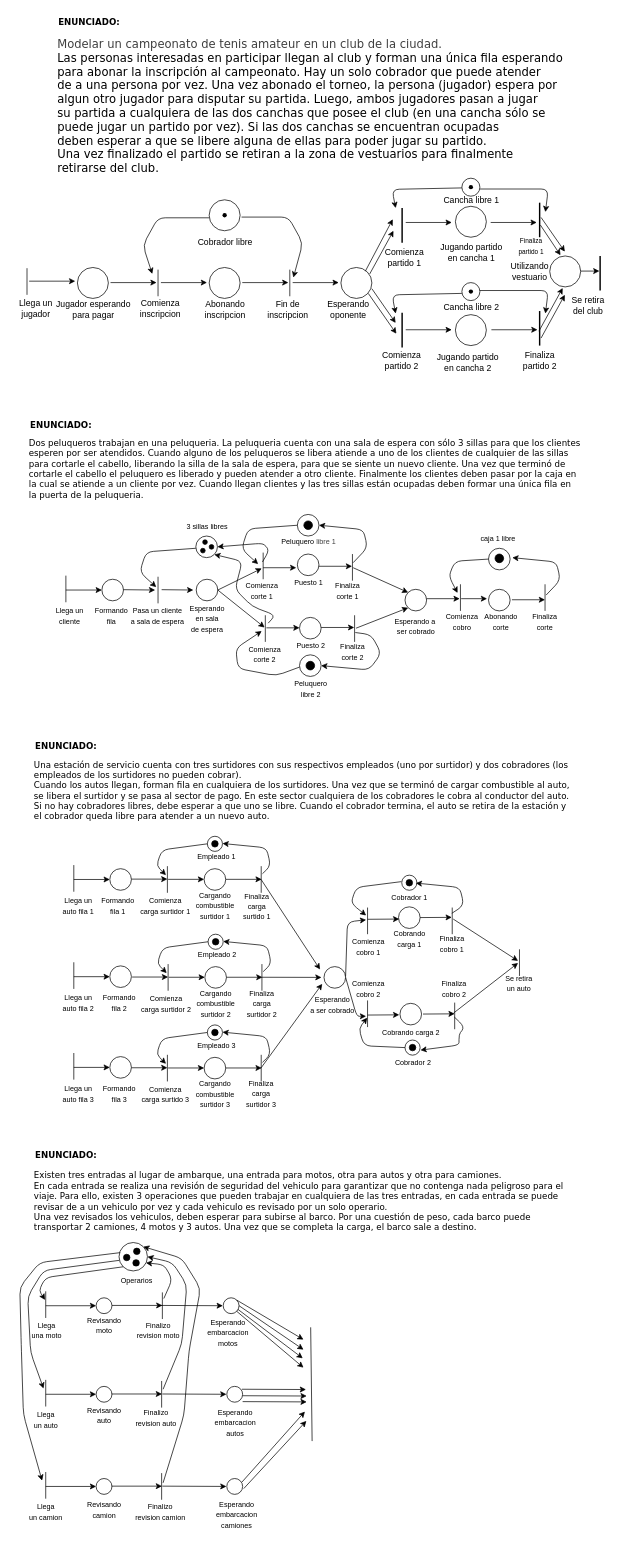
Earlier version of the draw.io diagram practicas/respuestas_tp5.drawio (dazayamil/ingenieria-software-1-unlp). Source tidied: cells renumbered, new cells numbered last; positions are measured from the earlier drawing's top-left corner, leaving out a move shared by most shapes. Both pictures are drawn from the tidied source at 72%, with x=0, y=0 at pixel (12, 12).
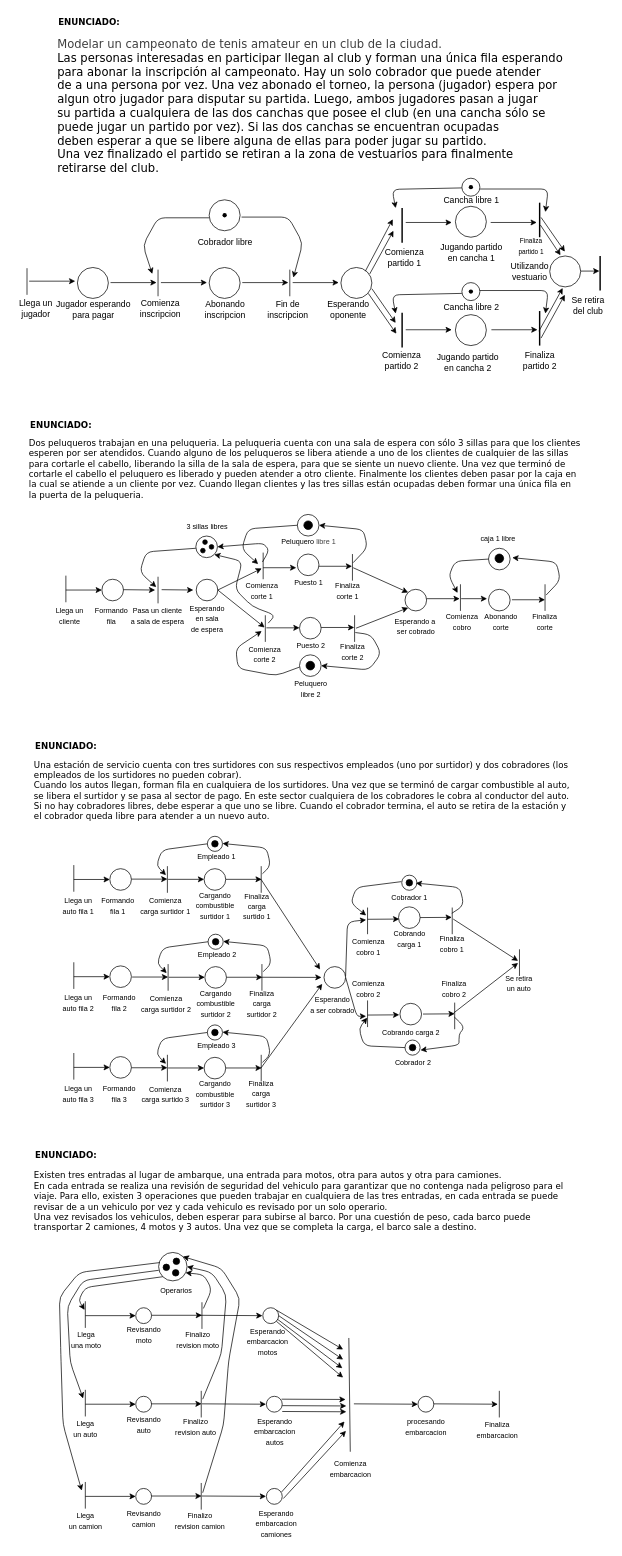
The same page after the edit.

Commit message:
Redes de Petri: ejercicio transporte de vehiculos - v2 completed

Change to the diagram source:
```diff
@@
     <mxCell id="230" style="endArrow=none;html=1;" parent="1" edge="1">
       <mxGeometry relative="1" as="geometry">
-        <mxPoint x="46" y="1813" as="sourcePoint" />
-        <mxPoint x="46" y="1776" as="targetPoint" />
+        <mxPoint x="101" y="1826.8" as="sourcePoint" />
+        <mxPoint x="101" y="1789.8" as="targetPoint" />
       </mxGeometry>
     </mxCell>
     <mxCell id="231" style="ellipse;whiteSpace=wrap;html=1;" parent="1" vertex="1">
-      <mxGeometry x="116" y="1785" width="22" height="22" as="geometry" />
+      <mxGeometry x="171" y="1798.8" width="22" height="22" as="geometry" />
     </mxCell>
     <mxCell id="232" style="endArrow=classic;html=1;entryX=0;entryY=0.5;entryDx=0;entryDy=0;" parent="1" edge="1" target="231">
       <mxGeometry relative="1" as="geometry">
-        <mxPoint x="46" y="1796" as="sourcePoint" />
+        <mxPoint x="101" y="1809.8" as="sourcePoint" />
       </mxGeometry>
     </mxCell>
     <mxCell id="233" value="&lt;span style=&quot;font-size: 10px;&quot;&gt;Llega&lt;/span&gt;&lt;div&gt;&lt;span style=&quot;font-size: 10px;&quot;&gt;una moto&lt;/span&gt;&lt;/div&gt;" style="text;html=1;align=center;verticalAlign=middle;strokeColor=none;fillColor=none;" parent="1" vertex="1">
-      <mxGeometry x="17" y="1809" width="60" height="41" as="geometry" />
+      <mxGeometry x="72" y="1822.8" width="60" height="41" as="geometry" />
     </mxCell>
     <mxCell id="234" value="&lt;span style=&quot;font-size: 10px;&quot;&gt;Llega&lt;/span&gt;&lt;div&gt;&lt;span style=&quot;font-size: 10px;&quot;&gt;un auto&lt;/span&gt;&lt;/div&gt;" style="text;html=1;align=center;verticalAlign=middle;strokeColor=none;fillColor=none;" parent="1" vertex="1">
-      <mxGeometry x="20" y="1933" width="51" height="41" as="geometry" />
+      <mxGeometry x="75" y="1946.8" width="51" height="41" as="geometry" />
     </mxCell>
     <mxCell id="235" value="&lt;span style=&quot;font-size: 10px;&quot;&gt;Llega&lt;/span&gt;&lt;div&gt;&lt;span style=&quot;font-size: 10px;&quot;&gt;un camion&lt;/span&gt;&lt;/div&gt;" style="text;html=1;align=center;verticalAlign=middle;strokeColor=none;fillColor=none;" parent="1" vertex="1">
-      <mxGeometry x="13.5" y="2061" width="64" height="41" as="geometry" />
+      <mxGeometry x="68.5" y="2074.8" width="64" height="41" as="geometry" />
     </mxCell>
     <mxCell id="236" style="endArrow=none;html=1;" parent="1" edge="1">
       <mxGeometry relative="1" as="geometry">
-        <mxPoint x="46" y="1936" as="sourcePoint" />
-        <mxPoint x="46" y="1899" as="targetPoint" />
+        <mxPoint x="101" y="1949.8" as="sourcePoint" />
+        <mxPoint x="101" y="1912.8" as="targetPoint" />
       </mxGeometry>
     </mxCell>
     <mxCell id="237" style="ellipse;whiteSpace=wrap;html=1;" parent="1" vertex="1">
-      <mxGeometry x="116" y="1908" width="22" height="22" as="geometry" />
+      <mxGeometry x="171" y="1921.8" width="22" height="22" as="geometry" />
     </mxCell>
     <mxCell id="238" style="endArrow=classic;html=1;entryX=0;entryY=0.5;entryDx=0;entryDy=0;" parent="1" edge="1" target="237">
       <mxGeometry relative="1" as="geometry">
-        <mxPoint x="46" y="1919" as="sourcePoint" />
+        <mxPoint x="101" y="1932.8" as="sourcePoint" />
       </mxGeometry>
     </mxCell>
     <mxCell id="239" style="endArrow=none;html=1;" parent="1" edge="1">
       <mxGeometry relative="1" as="geometry">
-        <mxPoint x="46" y="2064" as="sourcePoint" />
-        <mxPoint x="46" y="2027" as="targetPoint" />
+        <mxPoint x="101" y="2077.8" as="sourcePoint" />
+        <mxPoint x="101" y="2040.8" as="targetPoint" />
       </mxGeometry>
     </mxCell>
     <mxCell id="240" style="ellipse;whiteSpace=wrap;html=1;" parent="1" vertex="1">
-      <mxGeometry x="116" y="2036" width="22" height="22" as="geometry" />
+      <mxGeometry x="171" y="2049.8" width="22" height="22" as="geometry" />
     </mxCell>
     <mxCell id="241" style="endArrow=classic;html=1;entryX=0;entryY=0.5;entryDx=0;entryDy=0;" parent="1" edge="1" target="240">
       <mxGeometry relative="1" as="geometry">
-        <mxPoint x="46" y="2047" as="sourcePoint" />
+        <mxPoint x="101" y="2060.8" as="sourcePoint" />
       </mxGeometry>
     </mxCell>
     <mxCell id="242" value="&lt;span style=&quot;font-size: 10px;&quot;&gt;Revisando&lt;/span&gt;&lt;div&gt;&lt;span style=&quot;font-size: 10px;&quot;&gt;camion&lt;/span&gt;&lt;/div&gt;" style="text;html=1;align=center;verticalAlign=middle;strokeColor=none;fillColor=none;" parent="1" vertex="1">
-      <mxGeometry x="94.5" y="2058" width="65" height="41" as="geometry" />
+      <mxGeometry x="149.5" y="2071.8" width="65" height="41" as="geometry" />
     </mxCell>
     <mxCell id="243" value="&lt;span style=&quot;font-size: 10px;&quot;&gt;Revisando&lt;/span&gt;&lt;div&gt;&lt;span style=&quot;font-size: 10px;&quot;&gt;auto&lt;/span&gt;&lt;/div&gt;" style="text;html=1;align=center;verticalAlign=middle;strokeColor=none;fillColor=none;" parent="1" vertex="1">
-      <mxGeometry x="94" y="1927" width="65" height="41" as="geometry" />
+      <mxGeometry x="149" y="1940.8" width="65" height="41" as="geometry" />
     </mxCell>
     <mxCell id="244" value="&lt;span style=&quot;font-size: 10px;&quot;&gt;Revisando&lt;/span&gt;&lt;div&gt;&lt;span style=&quot;font-size: 10px;&quot;&gt;moto&lt;/span&gt;&lt;/div&gt;" style="text;html=1;align=center;verticalAlign=middle;strokeColor=none;fillColor=none;" parent="1" vertex="1">
-      <mxGeometry x="94" y="1802" width="65" height="41" as="geometry" />
+      <mxGeometry x="149" y="1815.8" width="65" height="41" as="geometry" />
     </mxCell>
     <mxCell id="245" style="ellipse;whiteSpace=wrap;html=1;" parent="1" vertex="1">
-      <mxGeometry x="147.8" y="1708.2" width="39.5" height="39.5" as="geometry" />
+      <mxGeometry x="202.8" y="1722" width="39.5" height="39.5" as="geometry" />
     </mxCell>
     <mxCell id="246" style="ellipse;whiteSpace=wrap;html=1;fillColor=#000000;" parent="1" vertex="1">
-      <mxGeometry x="154" y="1724.5" width="9" height="9" as="geometry" />
+      <mxGeometry x="209" y="1738.2" width="9" height="9" as="geometry" />
     </mxCell>
     <mxCell id="247" style="ellipse;whiteSpace=wrap;html=1;fillColor=#000000;" parent="1" vertex="1">
-      <mxGeometry x="167" y="1732" width="9" height="9" as="geometry" />
+      <mxGeometry x="222" y="1745.8" width="9" height="9" as="geometry" />
     </mxCell>
     <mxCell id="248" style="ellipse;whiteSpace=wrap;html=1;fillColor=#000000;" parent="1" vertex="1">
-      <mxGeometry x="168" y="1716" width="9" height="9" as="geometry" />
+      <mxGeometry x="223" y="1729.8" width="9" height="9" as="geometry" />
     </mxCell>
     <mxCell id="249" style="endArrow=classic;html=1;exitX=0;exitY=1;exitDx=0;exitDy=0;" parent="1" edge="1" source="245">
       <mxGeometry relative="1" as="geometry">
-        <mxPoint x="45" y="1788" as="targetPoint" />
+        <mxPoint x="100" y="1801.8" as="targetPoint" />
         <Array as="points">
-          <mxPoint x="45" y="1757" />
-          <mxPoint x="37" y="1775" />
+          <mxPoint x="100" y="1770.8" />
+          <mxPoint x="92" y="1788.8" />
         </Array>
       </mxGeometry>
     </mxCell>
     <mxCell id="250" style="endArrow=classic;html=1;" parent="1" edge="1">
       <mxGeometry relative="1" as="geometry">
-        <mxPoint x="148" y="1733" as="sourcePoint" />
-        <mxPoint x="43" y="1911" as="targetPoint" />
+        <mxPoint x="203" y="1746.8" as="sourcePoint" />
+        <mxPoint x="98" y="1924.8" as="targetPoint" />
         <Array as="points">
-          <mxPoint x="43" y="1747" />
-          <mxPoint x="21" y="1783" />
-          <mxPoint x="25" y="1861" />
+          <mxPoint x="98" y="1760.8" />
+          <mxPoint x="76" y="1796.8" />
+          <mxPoint x="80" y="1874.8" />
         </Array>
       </mxGeometry>
     </mxCell>
     <mxCell id="251" style="endArrow=classic;html=1;exitX=0.04;exitY=0.357;exitDx=0;exitDy=0;exitPerimeter=0;" parent="1" edge="1" source="245">
       <mxGeometry relative="1" as="geometry">
-        <mxPoint x="41" y="2039" as="targetPoint" />
+        <mxPoint x="96" y="2052.8" as="targetPoint" />
         <Array as="points">
-          <mxPoint x="37.5" y="1736" />
-          <mxPoint x="10" y="1770" />
-          <mxPoint x="12" y="1850" />
-          <mxPoint x="15" y="1947" />
+          <mxPoint x="92.5" y="1749.8" />
+          <mxPoint x="65" y="1783.8" />
+          <mxPoint x="67" y="1863.8" />
+          <mxPoint x="70" y="1960.8" />
         </Array>
       </mxGeometry>
     </mxCell>
     <mxCell id="252" value="&lt;span style=&quot;font-size: 10px;&quot;&gt;Operarios&lt;/span&gt;" style="text;html=1;align=center;verticalAlign=middle;strokeColor=none;fillColor=none;" parent="1" vertex="1">
-      <mxGeometry x="140.5" y="1747.8" width="62" height="26" as="geometry" />
+      <mxGeometry x="195.5" y="1761.5" width="62" height="26" as="geometry" />
     </mxCell>
     <mxCell id="253" style="endArrow=classic;html=1;entryX=0;entryY=0.5;entryDx=0;entryDy=0;" parent="1" edge="1">
       <mxGeometry relative="1" as="geometry">
-        <mxPoint x="138" y="1795.6" as="sourcePoint" />
-        <mxPoint x="208" y="1795.6" as="targetPoint" />
+        <mxPoint x="193" y="1809.3" as="sourcePoint" />
+        <mxPoint x="263" y="1809.3" as="targetPoint" />
       </mxGeometry>
     </mxCell>
     <mxCell id="254" style="endArrow=classic;html=1;entryX=0;entryY=0.5;entryDx=0;entryDy=0;" parent="1" edge="1">
       <mxGeometry relative="1" as="geometry">
-        <mxPoint x="137.5" y="1918.6" as="sourcePoint" />
-        <mxPoint x="207.5" y="1918.6" as="targetPoint" />
+        <mxPoint x="192.5" y="1932.3" as="sourcePoint" />
+        <mxPoint x="262.5" y="1932.3" as="targetPoint" />
       </mxGeometry>
     </mxCell>
     <mxCell id="255" style="endArrow=classic;html=1;entryX=0;entryY=0.5;entryDx=0;entryDy=0;" parent="1" edge="1">
       <mxGeometry relative="1" as="geometry">
-        <mxPoint x="137.5" y="2046.6" as="sourcePoint" />
-        <mxPoint x="207.5" y="2046.6" as="targetPoint" />
+        <mxPoint x="192.5" y="2060.3" as="sourcePoint" />
+        <mxPoint x="262.5" y="2060.3" as="targetPoint" />
       </mxGeometry>
     </mxCell>
     <mxCell id="256" style="endArrow=none;html=1;" parent="1" edge="1">
       <mxGeometry relative="1" as="geometry">
-        <mxPoint x="207" y="2065.5" as="sourcePoint" />
-        <mxPoint x="207" y="2028.5" as="targetPoint" />
+        <mxPoint x="262" y="2079.2" as="sourcePoint" />
+        <mxPoint x="262" y="2042.2" as="targetPoint" />
       </mxGeometry>
     </mxCell>
     <mxCell id="257" style="endArrow=none;html=1;" parent="1" edge="1">
       <mxGeometry relative="1" as="geometry">
-        <mxPoint x="207" y="1937.5" as="sourcePoint" />
-        <mxPoint x="207" y="1900.5" as="targetPoint" />
+        <mxPoint x="262" y="1951.2" as="sourcePoint" />
+        <mxPoint x="262" y="1914.2" as="targetPoint" />
       </mxGeometry>
     </mxCell>
     <mxCell id="258" style="endArrow=none;html=1;" parent="1" edge="1">
       <mxGeometry relative="1" as="geometry">
-        <mxPoint x="208" y="1814.5" as="sourcePoint" />
-        <mxPoint x="208" y="1777.5" as="targetPoint" />
+        <mxPoint x="263" y="1828.2" as="sourcePoint" />
+        <mxPoint x="263" y="1791.2" as="targetPoint" />
       </mxGeometry>
     </mxCell>
     <mxCell id="259" value="&lt;span style=&quot;font-size: 10px;&quot;&gt;Finalizo&lt;/span&gt;&lt;div&gt;&lt;span style=&quot;font-size: 10px;&quot;&gt;revision moto&lt;/span&gt;&lt;/div&gt;" style="text;html=1;align=center;verticalAlign=middle;strokeColor=none;fillColor=none;" parent="1" vertex="1">
-      <mxGeometry x="163" y="1809" width="77" height="41" as="geometry" />
+      <mxGeometry x="218" y="1822.8" width="77" height="41" as="geometry" />
     </mxCell>
     <mxCell id="260" value="&lt;span style=&quot;font-size: 10px;&quot;&gt;Finalizo&lt;/span&gt;&lt;div&gt;&lt;span style=&quot;font-size: 10px;&quot;&gt;revision auto&lt;/span&gt;&lt;/div&gt;" style="text;html=1;align=center;verticalAlign=middle;strokeColor=none;fillColor=none;" parent="1" vertex="1">
-      <mxGeometry x="161" y="1930" width="75" height="41" as="geometry" />
+      <mxGeometry x="216" y="1943.8" width="75" height="41" as="geometry" />
     </mxCell>
     <mxCell id="261" value="&lt;span style=&quot;font-size: 10px;&quot;&gt;Finalizo&lt;/span&gt;&lt;div&gt;&lt;span style=&quot;font-size: 10px;&quot;&gt;revision camion&lt;/span&gt;&lt;/div&gt;" style="text;html=1;align=center;verticalAlign=middle;strokeColor=none;fillColor=none;" parent="1" vertex="1">
-      <mxGeometry x="161" y="2061" width="87" height="41" as="geometry" />
+      <mxGeometry x="216" y="2074.8" width="87" height="41" as="geometry" />
     </mxCell>
     <mxCell id="262" style="endArrow=classic;html=1;entryX=0.947;entryY=0.715;entryDx=0;entryDy=0;entryPerimeter=0;" parent="1" edge="1" target="245">
       <mxGeometry relative="1" as="geometry">
-        <mxPoint x="210" y="1786" as="sourcePoint" />
+        <mxPoint x="265" y="1799.8" as="sourcePoint" />
         <Array as="points">
-          <mxPoint x="222" y="1759" />
-          <mxPoint x="210" y="1739" />
+          <mxPoint x="277" y="1772.8" />
+          <mxPoint x="265" y="1752.8" />
         </Array>
       </mxGeometry>
     </mxCell>
     <mxCell id="263" style="endArrow=classic;html=1;entryX=1;entryY=0.5;entryDx=0;entryDy=0;" parent="1" edge="1" target="245">
       <mxGeometry relative="1" as="geometry">
-        <mxPoint x="209" y="1912" as="sourcePoint" />
+        <mxPoint x="264" y="1925.8" as="sourcePoint" />
         <Array as="points">
-          <mxPoint x="235" y="1849" />
-          <mxPoint x="242" y="1767" />
-          <mxPoint x="222" y="1736" />
+          <mxPoint x="290" y="1862.8" />
+          <mxPoint x="297" y="1780.8" />
+          <mxPoint x="277" y="1749.8" />
         </Array>
       </mxGeometry>
     </mxCell>
     <mxCell id="264" style="endArrow=classic;html=1;entryX=1;entryY=0;entryDx=0;entryDy=0;" parent="1" edge="1" target="245">
       <mxGeometry relative="1" as="geometry">
-        <mxPoint x="209" y="2042" as="sourcePoint" />
+        <mxPoint x="264" y="2055.8" as="sourcePoint" />
         <Array as="points">
-          <mxPoint x="238" y="1948" />
-          <mxPoint x="245" y="1859" />
-          <mxPoint x="261" y="1772" />
-          <mxPoint x="235" y="1730" />
+          <mxPoint x="293" y="1961.8" />
+          <mxPoint x="300" y="1872.8" />
+          <mxPoint x="316" y="1785.8" />
+          <mxPoint x="290" y="1743.8" />
         </Array>
       </mxGeometry>
     </mxCell>
     <mxCell id="265" style="endArrow=classic;html=1;" parent="1" edge="1">
       <mxGeometry relative="1" as="geometry">
-        <mxPoint x="203" y="1795.6" as="sourcePoint" />
-        <mxPoint x="292" y="1796" as="targetPoint" />
+        <mxPoint x="258" y="1809.3" as="sourcePoint" />
+        <mxPoint x="347" y="1809.8" as="targetPoint" />
       </mxGeometry>
     </mxCell>
     <mxCell id="266" style="endArrow=classic;html=1;" parent="1" edge="1">
       <mxGeometry relative="1" as="geometry">
-        <mxPoint x="208" y="1918.6" as="sourcePoint" />
-        <mxPoint x="297" y="1919" as="targetPoint" />
+        <mxPoint x="263" y="1932.3" as="sourcePoint" />
+        <mxPoint x="352" y="1932.8" as="targetPoint" />
       </mxGeometry>
     </mxCell>
     <mxCell id="267" style="endArrow=classic;html=1;" parent="1" edge="1">
       <mxGeometry relative="1" as="geometry">
-        <mxPoint x="208" y="2046.6" as="sourcePoint" />
-        <mxPoint x="297" y="2047" as="targetPoint" />
+        <mxPoint x="263" y="2060.3" as="sourcePoint" />
+        <mxPoint x="352" y="2060.8" as="targetPoint" />
       </mxGeometry>
     </mxCell>
     <mxCell id="268" style="ellipse;whiteSpace=wrap;html=1;" parent="1" vertex="1">
-      <mxGeometry x="297.5" y="1908" width="22" height="22" as="geometry" />
+      <mxGeometry x="352.5" y="1921.8" width="22" height="22" as="geometry" />
     </mxCell>
     <mxCell id="269" style="ellipse;whiteSpace=wrap;html=1;" parent="1" vertex="1">
-      <mxGeometry x="297.5" y="2036" width="22" height="22" as="geometry" />
+      <mxGeometry x="352.5" y="2049.8" width="22" height="22" as="geometry" />
     </mxCell>
     <mxCell id="270" style="ellipse;whiteSpace=wrap;html=1;" parent="1" vertex="1">
-      <mxGeometry x="292.5" y="1785" width="22" height="22" as="geometry" />
+      <mxGeometry x="347.5" y="1798.8" width="22" height="22" as="geometry" />
     </mxCell>
     <mxCell id="271" value="&lt;span style=&quot;font-size: 10px;&quot;&gt;Esperando&lt;/span&gt;&lt;div&gt;&lt;span style=&quot;font-size: 10px;&quot;&gt;embarcacion&lt;/span&gt;&lt;/div&gt;&lt;div&gt;&lt;span style=&quot;font-size: 10px;&quot;&gt;motos&lt;/span&gt;&lt;/div&gt;" style="text;html=1;align=center;verticalAlign=middle;strokeColor=none;fillColor=none;" parent="1" vertex="1">
-      <mxGeometry x="261" y="1805" width="75" height="55" as="geometry" />
+      <mxGeometry x="316" y="1818.8" width="75" height="55" as="geometry" />
     </mxCell>
     <mxCell id="272" value="&lt;span style=&quot;font-size: 10px;&quot;&gt;Esperando&lt;/span&gt;&lt;div&gt;&lt;span style=&quot;font-size: 10px;&quot;&gt;embarcacion&lt;/span&gt;&lt;/div&gt;&lt;div&gt;&lt;span style=&quot;font-size: 10px;&quot;&gt;autos&lt;/span&gt;&lt;/div&gt;" style="text;html=1;align=center;verticalAlign=middle;strokeColor=none;fillColor=none;" parent="1" vertex="1">
-      <mxGeometry x="271.5" y="1930" width="75" height="55" as="geometry" />
+      <mxGeometry x="326.5" y="1943.8" width="75" height="55" as="geometry" />
     </mxCell>
     <mxCell id="273" value="&lt;span style=&quot;font-size: 10px;&quot;&gt;Esperando&lt;/span&gt;&lt;div&gt;&lt;span style=&quot;font-size: 10px;&quot;&gt;embarcacion&lt;/span&gt;&lt;/div&gt;&lt;div&gt;&lt;span style=&quot;font-size: 10px;&quot;&gt;camiones&lt;/span&gt;&lt;/div&gt;" style="text;html=1;align=center;verticalAlign=middle;strokeColor=none;fillColor=none;" parent="1" vertex="1">
-      <mxGeometry x="273" y="2058" width="75" height="55" as="geometry" />
+      <mxGeometry x="328" y="2071.8" width="75" height="55" as="geometry" />
     </mxCell>
     <mxCell id="274" style="endArrow=classic;html=1;" parent="1" edge="1">
       <mxGeometry relative="1" as="geometry">
-        <mxPoint x="318.5" y="2041" as="sourcePoint" />
-        <mxPoint x="406" y="1943" as="targetPoint" />
+        <mxPoint x="373.5" y="2054.8" as="sourcePoint" />
+        <mxPoint x="461" y="1956.8" as="targetPoint" />
       </mxGeometry>
     </mxCell>
     <mxCell id="275" style="endArrow=classic;html=1;" parent="1" edge="1">
       <mxGeometry relative="1" as="geometry">
-        <mxPoint x="321" y="2050" as="sourcePoint" />
-        <mxPoint x="408" y="1956" as="targetPoint" />
+        <mxPoint x="376" y="2063.8" as="sourcePoint" />
+        <mxPoint x="463" y="1969.8" as="targetPoint" />
       </mxGeometry>
     </mxCell>
     <mxCell id="276" style="endArrow=classic;html=1;" parent="1" edge="1">
       <mxGeometry relative="1" as="geometry">
-        <mxPoint x="318.5" y="1912" as="sourcePoint" />
-        <mxPoint x="407.5" y="1912.4" as="targetPoint" />
+        <mxPoint x="373.5" y="1925.8" as="sourcePoint" />
+        <mxPoint x="462.5" y="1926.2" as="targetPoint" />
       </mxGeometry>
     </mxCell>
     <mxCell id="277" style="endArrow=classic;html=1;" parent="1" edge="1">
       <mxGeometry relative="1" as="geometry">
-        <mxPoint x="319.5" y="1921" as="sourcePoint" />
-        <mxPoint x="408.5" y="1921.4" as="targetPoint" />
+        <mxPoint x="374.5" y="1934.8" as="sourcePoint" />
+        <mxPoint x="463.5" y="1935.2" as="targetPoint" />
       </mxGeometry>
     </mxCell>
     <mxCell id="278" style="endArrow=classic;html=1;" parent="1" edge="1">
       <mxGeometry relative="1" as="geometry">
-        <mxPoint x="319.5" y="1929.2" as="sourcePoint" />
-        <mxPoint x="408.5" y="1929.6" as="targetPoint" />
+        <mxPoint x="374.5" y="1942.9" as="sourcePoint" />
+        <mxPoint x="463.5" y="1943.3" as="targetPoint" />
       </mxGeometry>
     </mxCell>
     <mxCell id="279" style="endArrow=classic;html=1;exitX=1;exitY=0;exitDx=0;exitDy=0;" parent="1" edge="1" source="270">
       <mxGeometry relative="1" as="geometry">
-        <mxPoint x="404" y="1843" as="targetPoint" />
+        <mxPoint x="459" y="1856.8" as="targetPoint" />
       </mxGeometry>
     </mxCell>
     <mxCell id="280" style="endArrow=classic;html=1;exitX=1;exitY=0.5;exitDx=0;exitDy=0;" parent="1" edge="1" source="270">
       <mxGeometry relative="1" as="geometry">
-        <mxPoint x="404" y="1857" as="targetPoint" />
+        <mxPoint x="459" y="1870.8" as="targetPoint" />
       </mxGeometry>
     </mxCell>
     <mxCell id="281" style="endArrow=classic;html=1;exitX=0.923;exitY=0.725;exitDx=0;exitDy=0;exitPerimeter=0;" parent="1" edge="1" source="270">
       <mxGeometry relative="1" as="geometry">
-        <mxPoint x="403" y="1869" as="targetPoint" />
+        <mxPoint x="458" y="1882.8" as="targetPoint" />
       </mxGeometry>
     </mxCell>
     <mxCell id="282" style="endArrow=classic;html=1;exitX=1;exitY=1;exitDx=0;exitDy=0;" parent="1" edge="1" source="270">
       <mxGeometry relative="1" as="geometry">
-        <mxPoint x="404" y="1882" as="targetPoint" />
+        <mxPoint x="459" y="1895.8" as="targetPoint" />
       </mxGeometry>
     </mxCell>
     <mxCell id="283" style="endArrow=none;html=1;" parent="1" edge="1">
       <mxGeometry relative="1" as="geometry">
-        <mxPoint x="416" y="1984" as="sourcePoint" />
-        <mxPoint x="414" y="1826" as="targetPoint" />
+        <mxPoint x="469" y="1998.8" as="sourcePoint" />
+        <mxPoint x="467" y="1840.8" as="targetPoint" />
       </mxGeometry>
     </mxCell>
+    <mxCell id="284" style="endArrow=classic;html=1;" parent="1" edge="1">
+      <mxGeometry relative="1" as="geometry">
+        <mxPoint x="474" y="1932.3" as="sourcePoint" />
+        <mxPoint x="563" y="1932.8" as="targetPoint" />
+      </mxGeometry>
+    </mxCell>
+    <mxCell id="285" style="ellipse;whiteSpace=wrap;html=1;" parent="1" vertex="1">
+      <mxGeometry x="563" y="1921.8" width="22" height="22" as="geometry" />
+    </mxCell>
+    <mxCell id="286" value="&lt;span style=&quot;font-size: 10px;&quot;&gt;Comienza&lt;/span&gt;&lt;div&gt;&lt;span style=&quot;font-size: 10px;&quot;&gt;embarcacion&lt;/span&gt;&lt;/div&gt;" style="text;html=1;align=center;verticalAlign=middle;strokeColor=none;fillColor=none;" parent="1" vertex="1">
+      <mxGeometry x="431" y="2001.8" width="75" height="41" as="geometry" />
+    </mxCell>
+    <mxCell id="287" value="&lt;span style=&quot;font-size: 10px;&quot;&gt;procesando&lt;/span&gt;&lt;div&gt;&lt;span style=&quot;font-size: 10px;&quot;&gt;embarcacion&lt;/span&gt;&lt;/div&gt;" style="text;html=1;align=center;verticalAlign=middle;strokeColor=none;fillColor=none;" parent="1" vertex="1">
+      <mxGeometry x="536.5" y="1943.8" width="75" height="41" as="geometry" />
+    </mxCell>
+    <mxCell id="288" style="endArrow=classic;html=1;" parent="1" edge="1">
+      <mxGeometry relative="1" as="geometry">
+        <mxPoint x="585" y="1932.3" as="sourcePoint" />
+        <mxPoint x="674" y="1932.8" as="targetPoint" />
+      </mxGeometry>
+    </mxCell>
+    <mxCell id="289" style="endArrow=none;html=1;" parent="1" edge="1">
+      <mxGeometry relative="1" as="geometry">
+        <mxPoint x="676" y="1951.2" as="sourcePoint" />
+        <mxPoint x="676" y="1914.2" as="targetPoint" />
+      </mxGeometry>
+    </mxCell>
+    <mxCell id="290" value="&lt;span style=&quot;font-size: 10px;&quot;&gt;Finaliza&lt;/span&gt;&lt;div&gt;&lt;span style=&quot;font-size: 10px;&quot;&gt;embarcacion&lt;/span&gt;&lt;/div&gt;" style="text;html=1;align=center;verticalAlign=middle;strokeColor=none;fillColor=none;" parent="1" vertex="1">
+      <mxGeometry x="635" y="1947.8" width="75" height="41" as="geometry" />
+    </mxCell>
```
